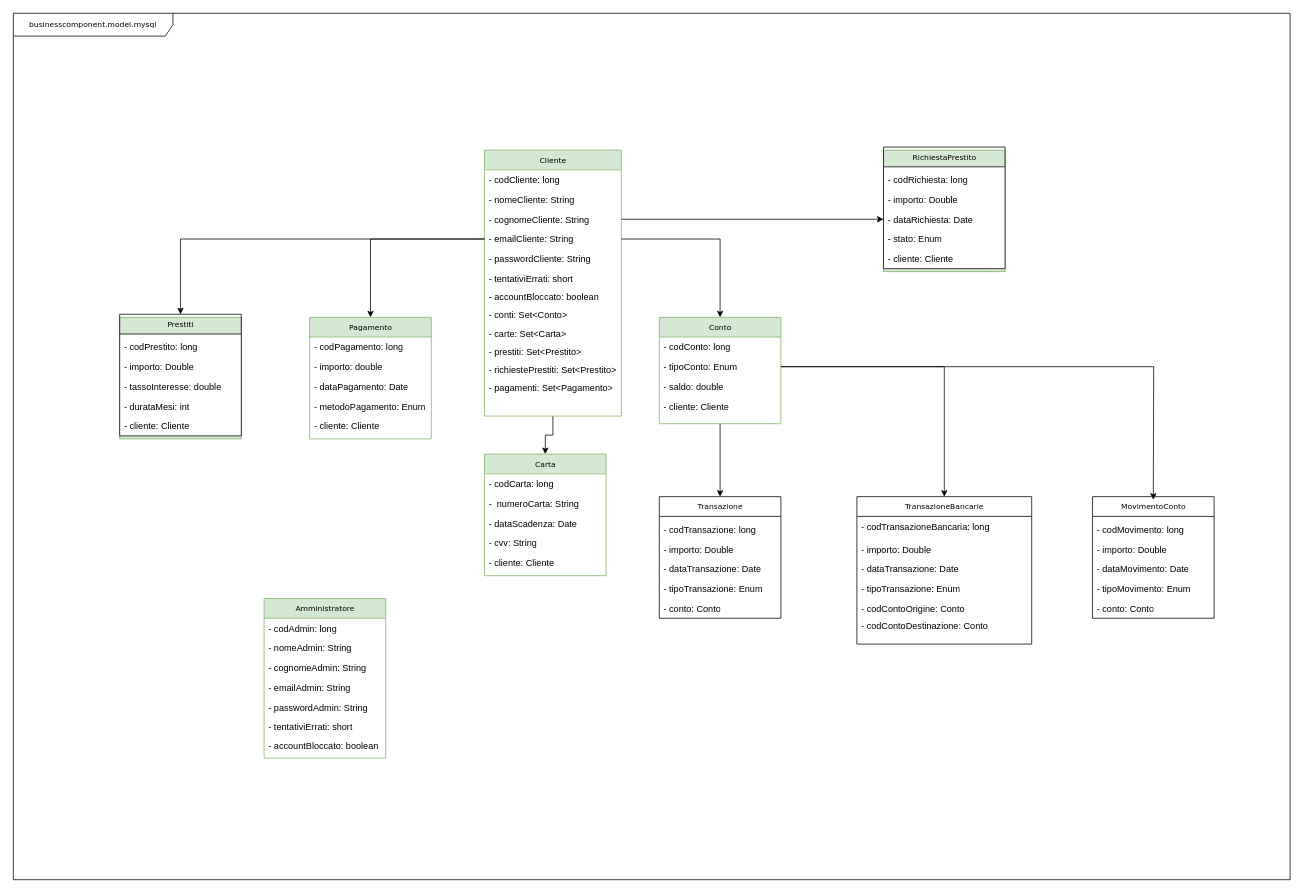
davide-vigano-tas/applicazione-bancaria keeps this draw.io diagram as page "modelMysql" (1 of 4) of DiagrammaCalssi.drawio. Above is the earlier version. Source tidied: cells renumbered, new cells numbered last; positions are measured from the earlier drawing's top-left corner, leaving out a move shared by most shapes. Both pictures are drawn from the tidied source at 76%, with x=0, y=0 at pixel (13, 13).
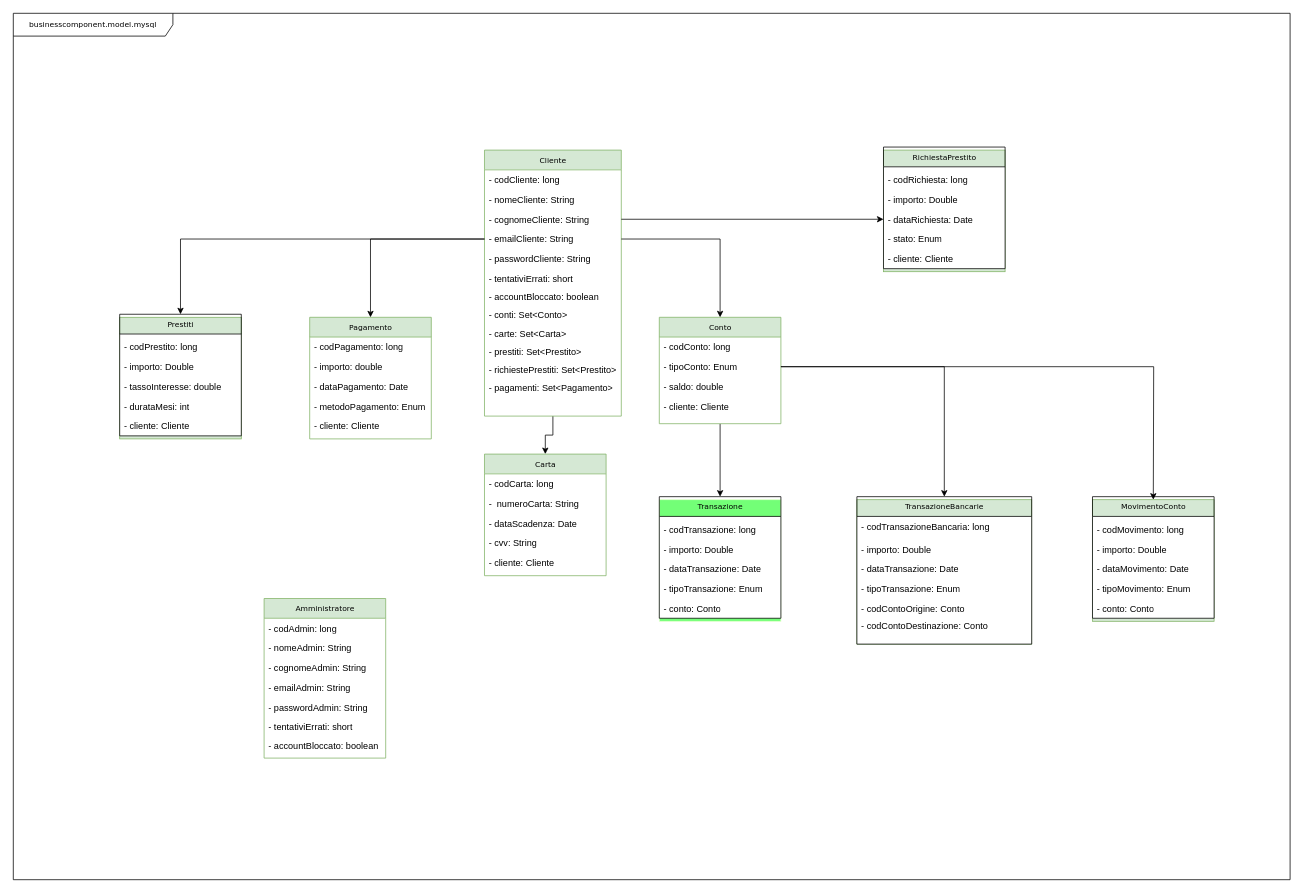
The same diagram, later.

Diff of the diagram source:
```diff
@@
-    <mxCell id="32" style="group;" parent="1" vertex="1">
+    <mxCell id="32" style="group;fillColor=#73FF77;strokeColor=#E5FFCF;" parent="1" vertex="1">
       <mxGeometry x="850" y="640" width="160" height="160" as="geometry" />
     </mxCell>
@@
-    <mxCell id="58" style="group;" parent="1" vertex="1">
+    <mxCell id="58" style="group;fillColor=#d5e8d4;strokeColor=#82b366;" parent="1" vertex="1">
       <mxGeometry x="1110" y="640" width="230" height="190" as="geometry" />
     </mxCell>
@@
-    <mxCell id="70" style="group;" parent="1" vertex="1">
+    <mxCell id="70" style="group;fillColor=#d5e8d4;strokeColor=#82b366;" parent="1" vertex="1">
       <mxGeometry x="1420" y="640" width="160" height="160" as="geometry" />
     </mxCell>
```
